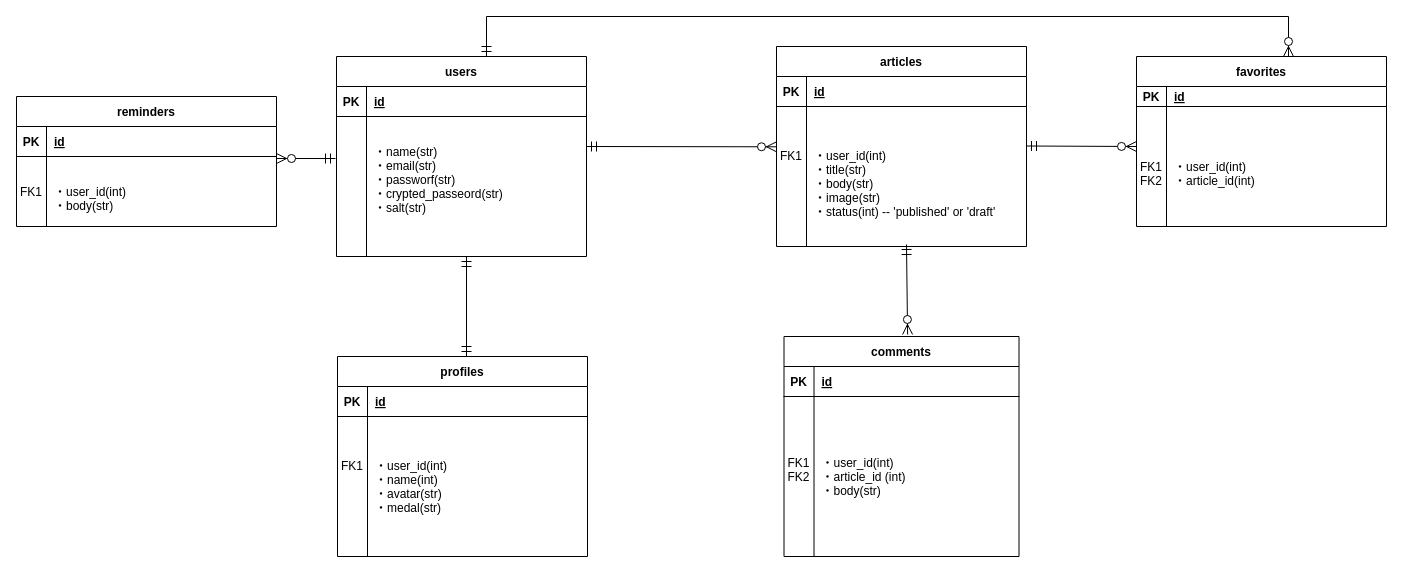
The draw.io diagram 名称未設定ファイル.drawio in s17w09/Entity-Relationship-Diagram, before the edit. Source tidied: cells renumbered, new cells numbered last; positions are measured from the earlier drawing's top-left corner, leaving out a move shared by most shapes. Both pictures are drawn from the tidied source at 100%, with x=0, y=0 at pixel (16, 16).
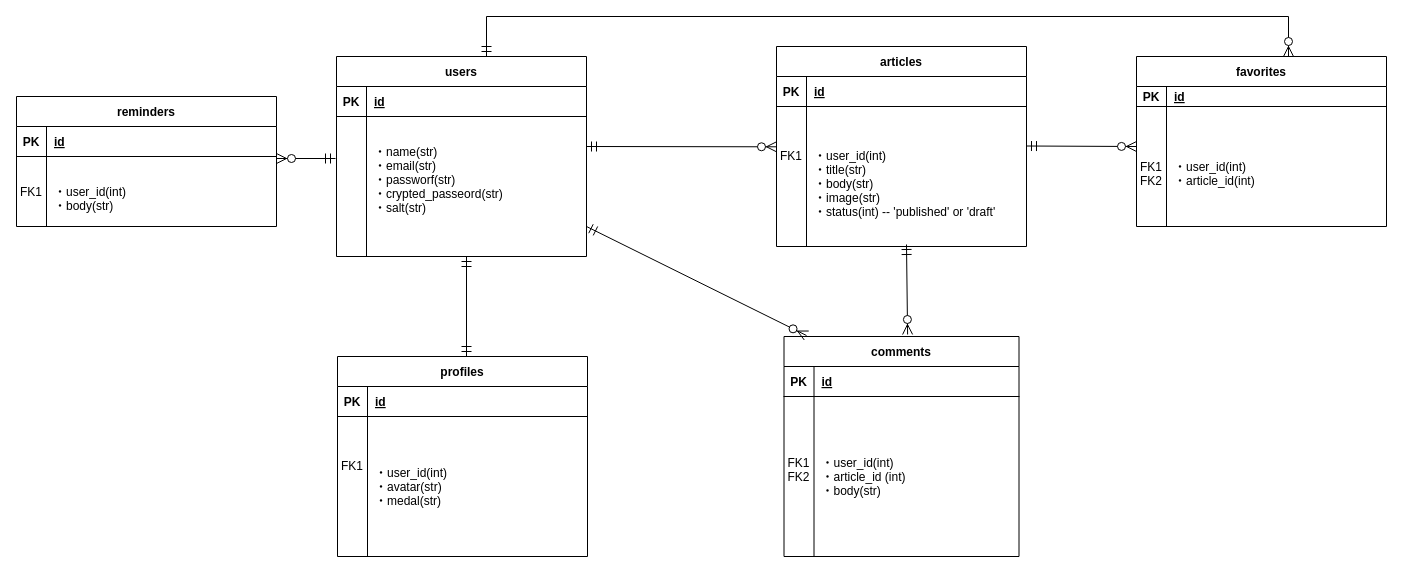
After the change.

Commit message:
名称未設定ファイル.drawio を更新します

The change refers to these unchanged cells:
```xml
<mxCell id="47" style="shape=partialRectangle;fillColor=none;top=0;left=0;right=0;bottom=0;" parent="43" vertex="1">
  <mxGeometry y="60" width="250" height="140" as="geometry" />
</mxCell>
```

Diff of the diagram source:
```diff
@@
-    <mxCell id="49" value="・user_id(int)&#10;・name(int)&#10;・avatar(str)&#10;・medal(str)" style="shape=partialRectangle;overflow=hidden;fillColor=none;top=0;left=0;bottom=0;right=0;align=left;spacingLeft=6;" parent="47" vertex="1">
+    <mxCell id="49" value="・user_id(int)&#10;・avatar(str)&#10;・medal(str)" style="shape=partialRectangle;overflow=hidden;fillColor=none;top=0;left=0;bottom=0;right=0;align=left;spacingLeft=6;" parent="47" vertex="1">
       <mxGeometry x="30" width="220" height="140" as="geometry" />
     </mxCell>
+    <mxCell id="50" style="fontSize=12;html=1;endArrow=ERzeroToMany;startArrow=ERmandOne;rounded=0;startSize=8;endSize=8;elbow=vertical;startFill=0;" parent="1" edge="1">
+      <mxGeometry relative="1" as="geometry">
+        <mxPoint x="570" y="210" as="sourcePoint" />
+        <mxPoint x="790" y="319" as="targetPoint" />
+      </mxGeometry>
+    </mxCell>
```
